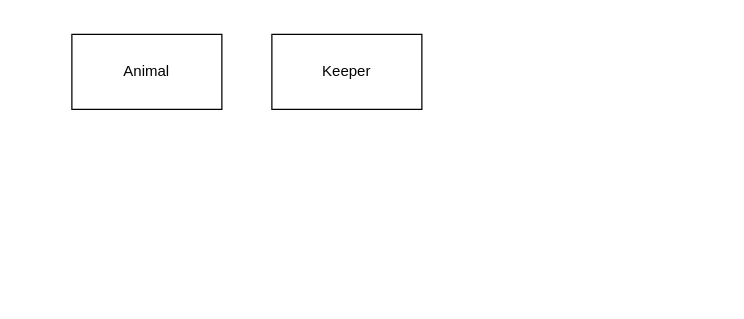
Before: Diagram bez názvu.drawio in LowLightCZ1/DAT-Draw.io, a draw.io diagram. Source tidied: cells renumbered, new cells numbered last; positions are measured from the earlier drawing's top-left corner, leaving out a move shared by most shapes. Both pictures are drawn from the tidied source at 125%, with x=0, y=0 at pixel (71, 34).
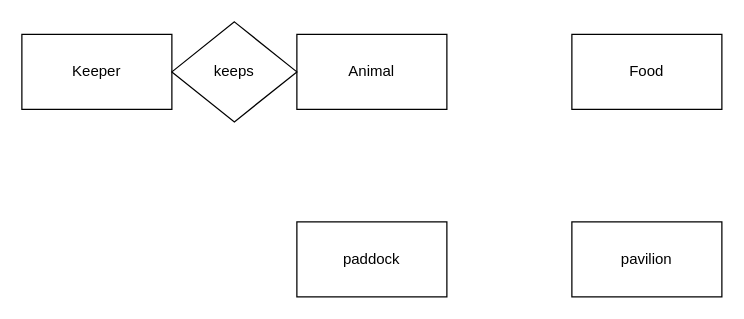
Above is the later version.

Diff of the diagram source:
```diff
@@
 <mxGraphModel>
   <root>
     <mxCell id="0" />
     <mxCell id="1" parent="0" />
     <mxCell id="2" value="Animal" style="rounded=0;whiteSpace=wrap;html=1;" parent="1" vertex="1">
-      <mxGeometry width="120" height="60" as="geometry" />
+      <mxGeometry x="180" width="120" height="60" as="geometry" />
     </mxCell>
     <mxCell id="3" value="Keeper" style="rounded=0;whiteSpace=wrap;html=1;" parent="1" vertex="1">
-      <mxGeometry x="160" width="120" height="60" as="geometry" />
+      <mxGeometry x="-40" width="120" height="60" as="geometry" />
     </mxCell>
+    <mxCell id="4" value="paddock" style="rounded=0;whiteSpace=wrap;html=1;" parent="1" vertex="1">
+      <mxGeometry x="180" y="150" width="120" height="60" as="geometry" />
+    </mxCell>
+    <mxCell id="5" value="pavilion" style="rounded=0;whiteSpace=wrap;html=1;" parent="1" vertex="1">
+      <mxGeometry x="400" y="150" width="120" height="60" as="geometry" />
+    </mxCell>
+    <mxCell id="6" value="Food" style="rounded=0;whiteSpace=wrap;html=1;" parent="1" vertex="1">
+      <mxGeometry x="400" width="120" height="60" as="geometry" />
+    </mxCell>
+    <mxCell id="7" value="keeps" style="rhombus;whiteSpace=wrap;html=1;" parent="1" vertex="1">
+      <mxGeometry x="80" y="-10" width="100" height="80" as="geometry" />
+    </mxCell>
   </root>
 </mxGraphModel>
```
